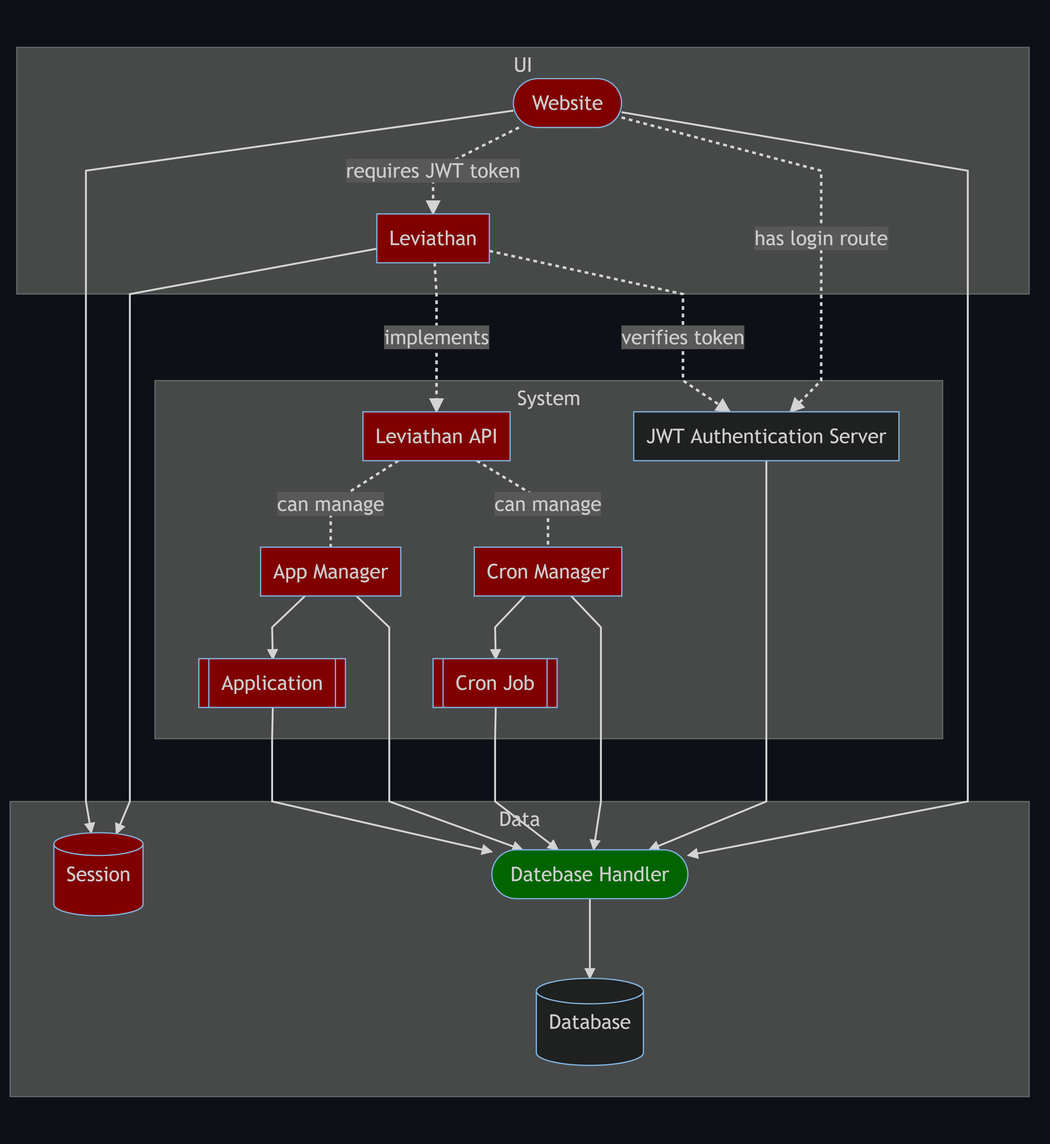
Earlier version of the Mermaid export diagrams/domain.png (olivernybo/leviathan). Its source is kept beside it as diagrams/domain.mmd.
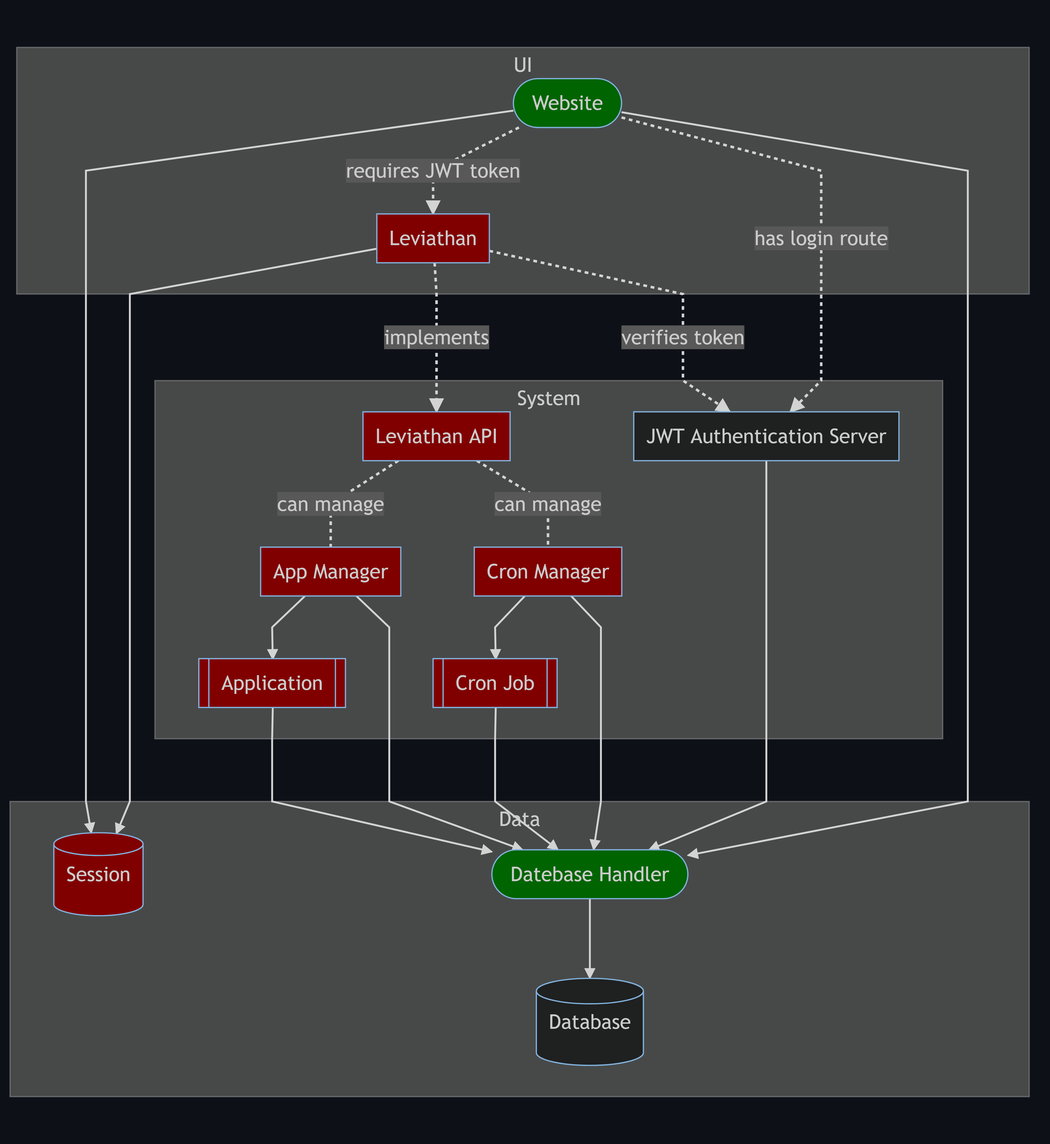
After the commit.

Commit message:
update domain status

The edit, as a diff of the source:
```diff
@@ -9,7 +9,7 @@
 	end
 
 	subgraph ui [UI]
-	web([Website]):::TODO
+	web([Website]):::IN_PROGRESS
 	leviathan[Leviathan]:::TODO
 	end
 
```
